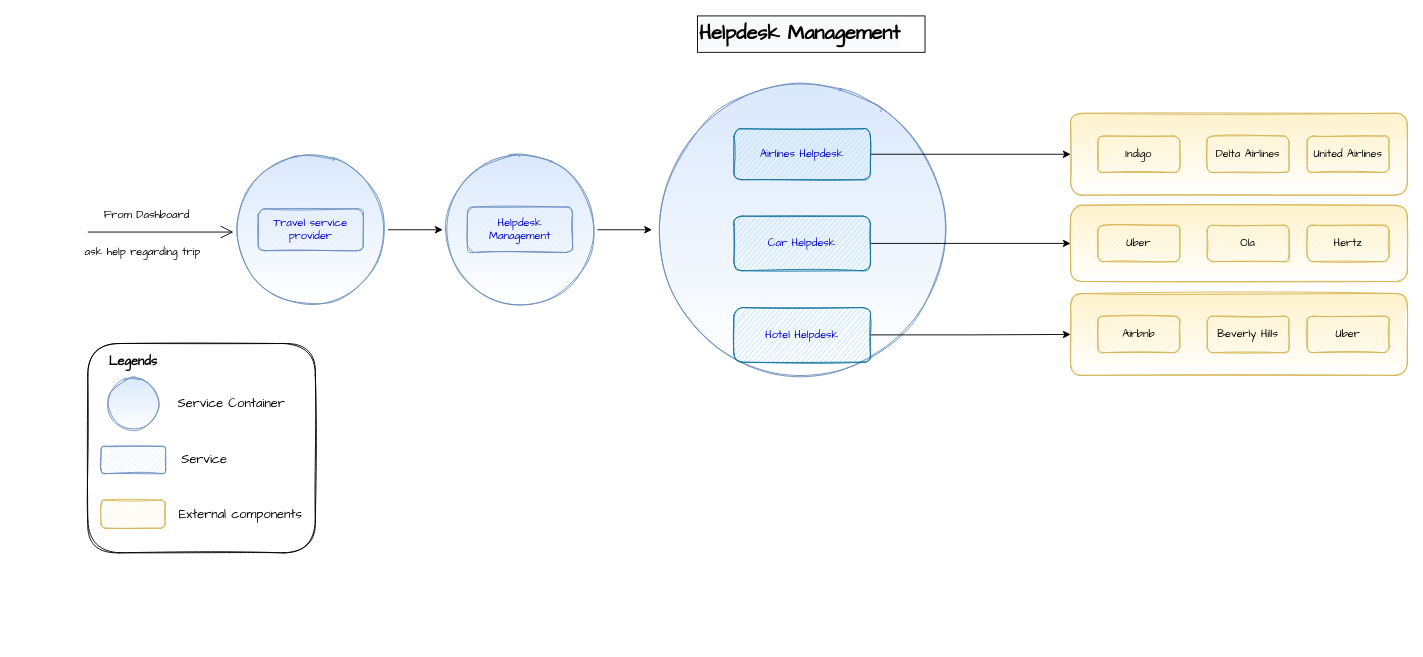
The draw.io diagram page "Helpdesk Management" (6 of 14) of .media/RoadWarrior_SubSystems.drawio in manu29585/ArchitectureKata, before the edit. Source tidied: cells renumbered, new cells numbered last; positions are measured from the earlier drawing's top-left corner, leaving out a move shared by most shapes. Both pictures are drawn from the tidied source at 91%, with x=0, y=0 at pixel (78, 15).
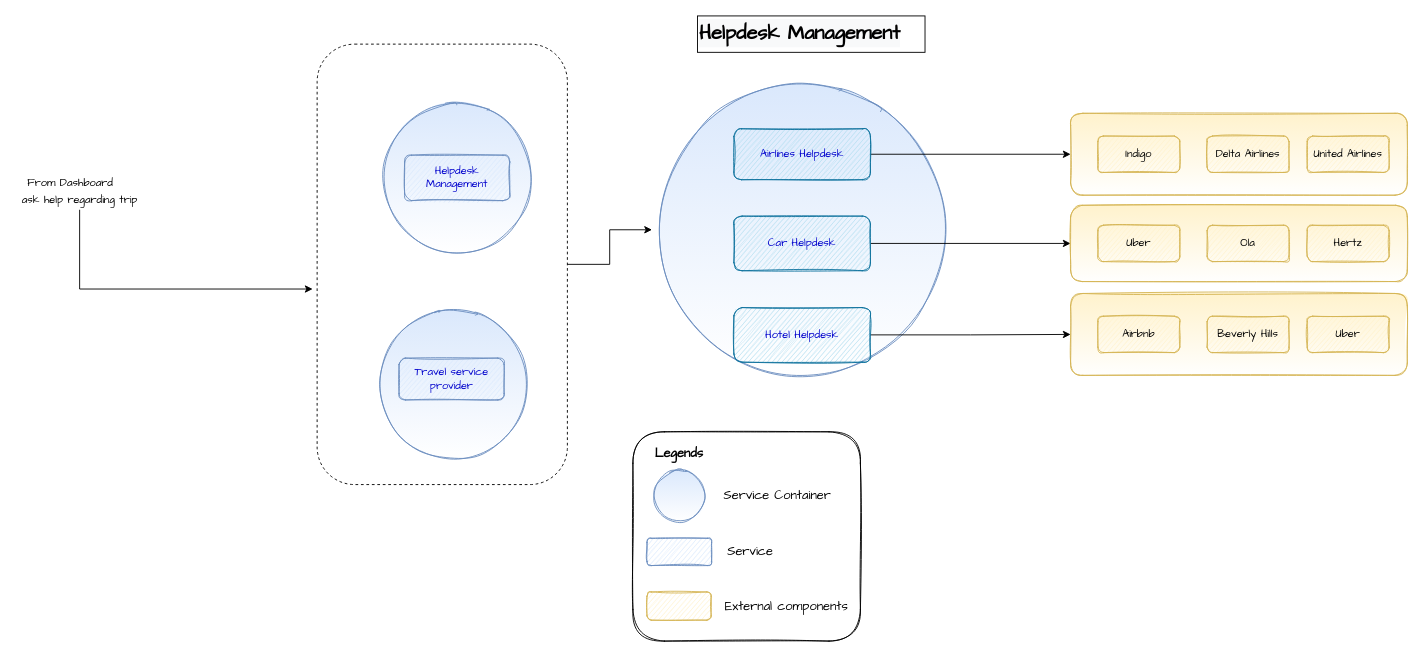
The same page after the edit.

Unchanged cells that the change refers to:
```xml
<mxCell id="6" style="ellipse;whiteSpace=wrap;html=1;fillColor=#dae8fc;strokeColor=#6c8ebf;gradientColor=#ffffff;shadow=0;sketch=1;fontFamily=Comic Sans MS;" parent="1" vertex="1">
  <mxGeometry x="630" y="70" width="330" height="330" as="geometry" />
</mxCell>
```

The edit, as a diff of the source:
```diff
@@
-    <mxCell id="2" style="endArrow=open;endFill=1;endSize=12;html=1;" parent="1" edge="1">
-      <mxGeometry relative="1" as="geometry">
-        <mxPoint x="10" y="237.5" as="sourcePoint" />
-        <mxPoint x="170" y="237.5" as="targetPoint" />
-      </mxGeometry>
-    </mxCell>
     <mxCell id="3" value="From Dashboard" style="text;html=1;strokeColor=none;fillColor=none;align=center;verticalAlign=middle;whiteSpace=wrap;rounded=0;sketch=1;fontFamily=Comic Sans MS;fontStyle=0;" parent="1" vertex="1">
-      <mxGeometry x="20" y="210" width="110" height="20" as="geometry" />
+      <mxGeometry x="-64" y="174" width="110" height="20" as="geometry" />
     </mxCell>
-    <mxCell id="4" style="edgeStyle=orthogonalEdgeStyle;rounded=0;jettySize=auto;html=1;entryX=0;entryY=0.5;entryDx=0;entryDy=0;fontFamily=Comic Sans MS;fontSize=20;" parent="1" edge="1" source="5" target="27">
-      <mxGeometry relative="1" as="geometry" />
-    </mxCell>
     <mxCell id="5" style="ellipse;whiteSpace=wrap;html=1;fillColor=#dae8fc;strokeColor=#6c8ebf;shadow=0;sketch=1;fontFamily=Comic Sans MS;gradientColor=#ffffff;" parent="1" vertex="1">
-      <mxGeometry x="170" y="150" width="170" height="170" as="geometry" />
+      <mxGeometry x="327" y="320" width="170" height="170" as="geometry" />
     </mxCell>
@@
+    <mxCell id="41" style="edgeStyle=orthogonalEdgeStyle;rounded=0;jettySize=auto;html=1;entryX=-0.018;entryY=0.556;entryDx=0;entryDy=0;entryPerimeter=0;" parent="1" edge="1" source="13" target="43">
+      <mxGeometry relative="1" as="geometry">
+        <Array as="points">
+          <mxPoint x="1" y="300" />
+        </Array>
+      </mxGeometry>
+    </mxCell>
     <mxCell id="13" value="ask help regarding trip" style="text;html=1;align=center;verticalAlign=middle;points=[];strokeColor=none;fontFamily=Comic Sans MS;" parent="1" vertex="1">
-      <mxGeometry y="250" width="140" height="20" as="geometry" />
+      <mxGeometry x="-69" y="193" width="140" height="20" as="geometry" />
     </mxCell>
@@
-    <mxCell id="26" style="edgeStyle=orthogonalEdgeStyle;rounded=0;jettySize=auto;html=1;entryX=0;entryY=0.5;entryDx=0;entryDy=0;fontFamily=Comic Sans MS;fontSize=20;" parent="1" edge="1" source="27" target="6">
-      <mxGeometry relative="1" as="geometry" />
-    </mxCell>
     <mxCell id="27" style="ellipse;whiteSpace=wrap;html=1;fillColor=#dae8fc;strokeColor=#6c8ebf;shadow=0;sketch=1;fontFamily=Comic Sans MS;gradientColor=#ffffff;" parent="1" vertex="1">
-      <mxGeometry x="400" y="150" width="170" height="170" as="geometry" />
+      <mxGeometry x="331" y="93" width="170" height="170" as="geometry" />
     </mxCell>
@@
     <mxCell id="29" value="Travel service provider" style="rounded=1;whiteSpace=wrap;html=1;shadow=0;sketch=1;fontFamily=Comic Sans MS;fontSize=12;fillColor=#dae8fc;strokeColor=#6c8ebf;fontColor=#0000CC;" parent="1" vertex="1">
-      <mxGeometry x="197.2" y="212" width="115.5" height="46" as="geometry" />
+      <mxGeometry x="352" y="376" width="115.5" height="46" as="geometry" />
     </mxCell>
     <mxCell id="30" value="Helpdesk Management" style="rounded=1;whiteSpace=wrap;html=1;shadow=0;sketch=1;fontFamily=Comic Sans MS;fontSize=12;fillColor=#dae8fc;strokeColor=#6c8ebf;fontColor=#0000CC;" parent="1" vertex="1">
-      <mxGeometry x="427.2" y="210" width="115.5" height="50" as="geometry" />
+      <mxGeometry x="358.2" y="153" width="115.5" height="50" as="geometry" />
     </mxCell>
+    <mxCell id="42" style="edgeStyle=orthogonalEdgeStyle;rounded=0;jettySize=auto;html=1;" parent="1" edge="1" source="43" target="6">
+      <mxGeometry relative="1" as="geometry" />
+    </mxCell>
+    <mxCell id="43" style="rounded=1;whiteSpace=wrap;html=1;verticalAlign=top;fillColor=none;dashed=1;" parent="1" vertex="1">
+      <mxGeometry x="262" y="31" width="275" height="484" as="geometry" />
+    </mxCell>
+    <mxCell id="44" style="group;" parent="1" vertex="1">
+      <mxGeometry x="609" y="457" width="250" height="230" as="geometry" />
+    </mxCell>
-    <mxCell id="31" style="edgeStyle=orthogonalEdgeStyle;curved=1;rounded=0;orthogonalLoop=1;jettySize=auto;html=1;exitX=0.5;exitY=1;exitDx=0;exitDy=0;fontFamily=Comic Sans MS;fontSize=14;fontColor=#000000;" parent="1" edge="1">
+    <mxCell id="31" style="edgeStyle=orthogonalEdgeStyle;curved=1;rounded=0;orthogonalLoop=1;jettySize=auto;html=1;exitX=0.5;exitY=1;exitDx=0;exitDy=0;fontFamily=Comic Sans MS;fontSize=14;fontColor=#000000;" parent="44" edge="1">
       <mxGeometry relative="1" as="geometry">
-        <mxPoint x="141" y="493" as="sourcePoint" />
-        <mxPoint x="141" y="493" as="targetPoint" />
+        <mxPoint x="132" y="137" as="sourcePoint" />
+        <mxPoint x="132" y="137" as="targetPoint" />
       </mxGeometry>
     </mxCell>
-    <mxCell id="32" style="rounded=1;whiteSpace=wrap;html=1;shadow=0;sketch=1;fontFamily=Comic Sans MS;fontSize=12;fontColor=#000000;gradientColor=none;" parent="1" vertex="1">
-      <mxGeometry x="10" y="360" width="250" height="230" as="geometry" />
+    <mxCell id="32" style="rounded=1;whiteSpace=wrap;html=1;shadow=0;sketch=1;fontFamily=Comic Sans MS;fontSize=12;fontColor=#000000;gradientColor=none;" parent="44" vertex="1">
+      <mxGeometry width="250" height="230" as="geometry" />
     </mxCell>
-    <mxCell id="33" value="Legends" style="text;html=1;strokeColor=none;fillColor=none;align=center;verticalAlign=middle;whiteSpace=wrap;rounded=0;shadow=0;sketch=1;fontFamily=Comic Sans MS;fontSize=14;fontColor=#000000;fontStyle=1;" parent="1" vertex="1">
-      <mxGeometry x="40" y="370" width="40" height="20" as="geometry" />
+    <mxCell id="33" value="Legends" style="text;html=1;strokeColor=none;fillColor=none;align=center;verticalAlign=middle;whiteSpace=wrap;rounded=0;shadow=0;sketch=1;fontFamily=Comic Sans MS;fontSize=14;fontColor=#000000;fontStyle=1;" parent="44" vertex="1">
+      <mxGeometry x="31" y="14" width="40" height="20" as="geometry" />
     </mxCell>
-    <mxCell id="34" style="ellipse;whiteSpace=wrap;html=1;fillColor=#dae8fc;strokeColor=#6c8ebf;gradientColor=#ffffff;shadow=0;sketch=1;fontFamily=Comic Sans MS;" parent="1" vertex="1">
-      <mxGeometry x="31.5" y="397.5" width="57" height="57" as="geometry" />
+    <mxCell id="34" style="ellipse;whiteSpace=wrap;html=1;fillColor=#dae8fc;strokeColor=#6c8ebf;gradientColor=#ffffff;shadow=0;sketch=1;fontFamily=Comic Sans MS;" parent="44" vertex="1">
+      <mxGeometry x="22.5" y="41.5" width="57" height="57" as="geometry" />
     </mxCell>
-    <mxCell id="35" style="rounded=1;whiteSpace=wrap;html=1;shadow=0;sketch=1;fontFamily=Comic Sans MS;fontSize=12;fillColor=#dae8fc;strokeColor=#6c8ebf;fontColor=#0000CC;" parent="1" vertex="1">
-      <mxGeometry x="24.5" y="473" width="71" height="30" as="geometry" />
+    <mxCell id="35" style="rounded=1;whiteSpace=wrap;html=1;shadow=0;sketch=1;fontFamily=Comic Sans MS;fontSize=12;fillColor=#dae8fc;strokeColor=#6c8ebf;fontColor=#0000CC;" parent="44" vertex="1">
+      <mxGeometry x="15.5" y="117" width="71" height="30" as="geometry" />
     </mxCell>
-    <mxCell id="36" style="rounded=1;whiteSpace=wrap;html=1;fillColor=#fff2cc;strokeColor=#d6b656;sketch=1;fontFamily=Comic Sans MS;" parent="1" vertex="1">
-      <mxGeometry x="24.5" y="532" width="70.5" height="31" as="geometry" />
+    <mxCell id="36" style="rounded=1;whiteSpace=wrap;html=1;fillColor=#fff2cc;strokeColor=#d6b656;sketch=1;fontFamily=Comic Sans MS;" parent="44" vertex="1">
+      <mxGeometry x="15.5" y="176" width="70.5" height="31" as="geometry" />
     </mxCell>
-    <mxCell id="37" value="Service Container" style="text;html=1;strokeColor=none;fillColor=none;align=center;verticalAlign=middle;whiteSpace=wrap;rounded=0;shadow=0;sketch=1;fontFamily=Comic Sans MS;fontSize=14;" parent="1" vertex="1">
-      <mxGeometry x="107" y="416" width="122" height="20" as="geometry" />
+    <mxCell id="37" value="Service Container" style="text;html=1;strokeColor=none;fillColor=none;align=center;verticalAlign=middle;whiteSpace=wrap;rounded=0;shadow=0;sketch=1;fontFamily=Comic Sans MS;fontSize=14;" parent="44" vertex="1">
+      <mxGeometry x="98" y="60" width="122" height="20" as="geometry" />
     </mxCell>
-    <mxCell id="38" value="Service&amp;nbsp;" style="text;html=1;strokeColor=none;fillColor=none;align=center;verticalAlign=middle;whiteSpace=wrap;rounded=0;shadow=0;sketch=1;fontFamily=Comic Sans MS;fontSize=14;" parent="1" vertex="1">
-      <mxGeometry x="80" y="478" width="122" height="20" as="geometry" />
+    <mxCell id="38" value="Service&amp;nbsp;" style="text;html=1;strokeColor=none;fillColor=none;align=center;verticalAlign=middle;whiteSpace=wrap;rounded=0;shadow=0;sketch=1;fontFamily=Comic Sans MS;fontSize=14;" parent="44" vertex="1">
+      <mxGeometry x="71" y="122" width="122" height="20" as="geometry" />
     </mxCell>
-    <mxCell id="39" value="External components" style="text;html=1;strokeColor=none;fillColor=none;align=center;verticalAlign=middle;whiteSpace=wrap;rounded=0;shadow=0;sketch=1;fontFamily=Comic Sans MS;fontSize=14;" parent="1" vertex="1">
-      <mxGeometry x="104" y="537.5" width="148" height="20" as="geometry" />
+    <mxCell id="39" value="External components" style="text;html=1;strokeColor=none;fillColor=none;align=center;verticalAlign=middle;whiteSpace=wrap;rounded=0;shadow=0;sketch=1;fontFamily=Comic Sans MS;fontSize=14;" parent="44" vertex="1">
+      <mxGeometry x="95" y="181.5" width="148" height="20" as="geometry" />
     </mxCell>
-    <mxCell id="40" style="edgeStyle=orthogonalEdgeStyle;curved=1;rounded=0;orthogonalLoop=1;jettySize=auto;html=1;exitX=0.5;exitY=1;exitDx=0;exitDy=0;fontFamily=Comic Sans MS;fontSize=14;fontColor=#000000;" parent="1" edge="1" source="38" target="38">
+    <mxCell id="40" style="edgeStyle=orthogonalEdgeStyle;curved=1;rounded=0;orthogonalLoop=1;jettySize=auto;html=1;exitX=0.5;exitY=1;exitDx=0;exitDy=0;fontFamily=Comic Sans MS;fontSize=14;fontColor=#000000;" parent="44" edge="1" source="38" target="38">
       <mxGeometry relative="1" as="geometry" />
     </mxCell>
```
